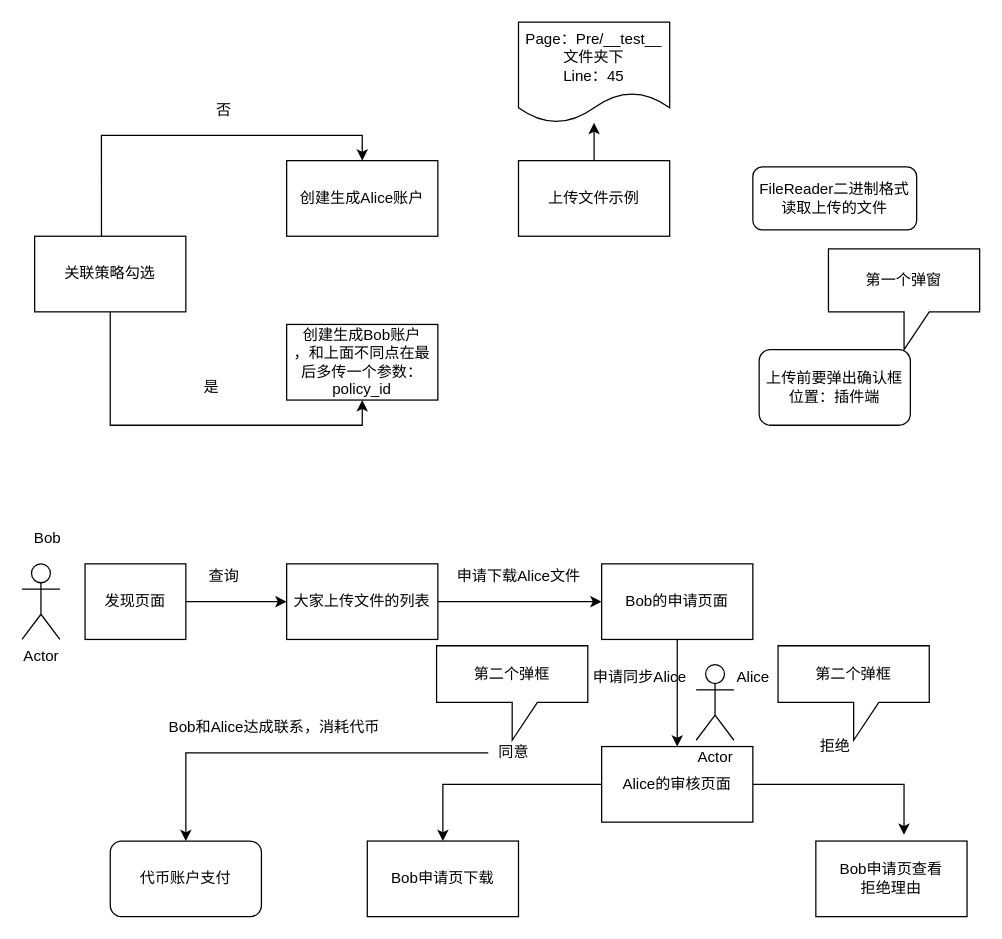
This is NuLink-Web.drawio from cysprout/cysprout2022-no01, a draw.io file, before an edit. Source tidied: cells renumbered, new cells numbered last; positions are measured from the earlier drawing's top-left corner, leaving out a move shared by most shapes. Both pictures are drawn from the tidied source at 126%, with x=0, y=0 at pixel (21, 21).
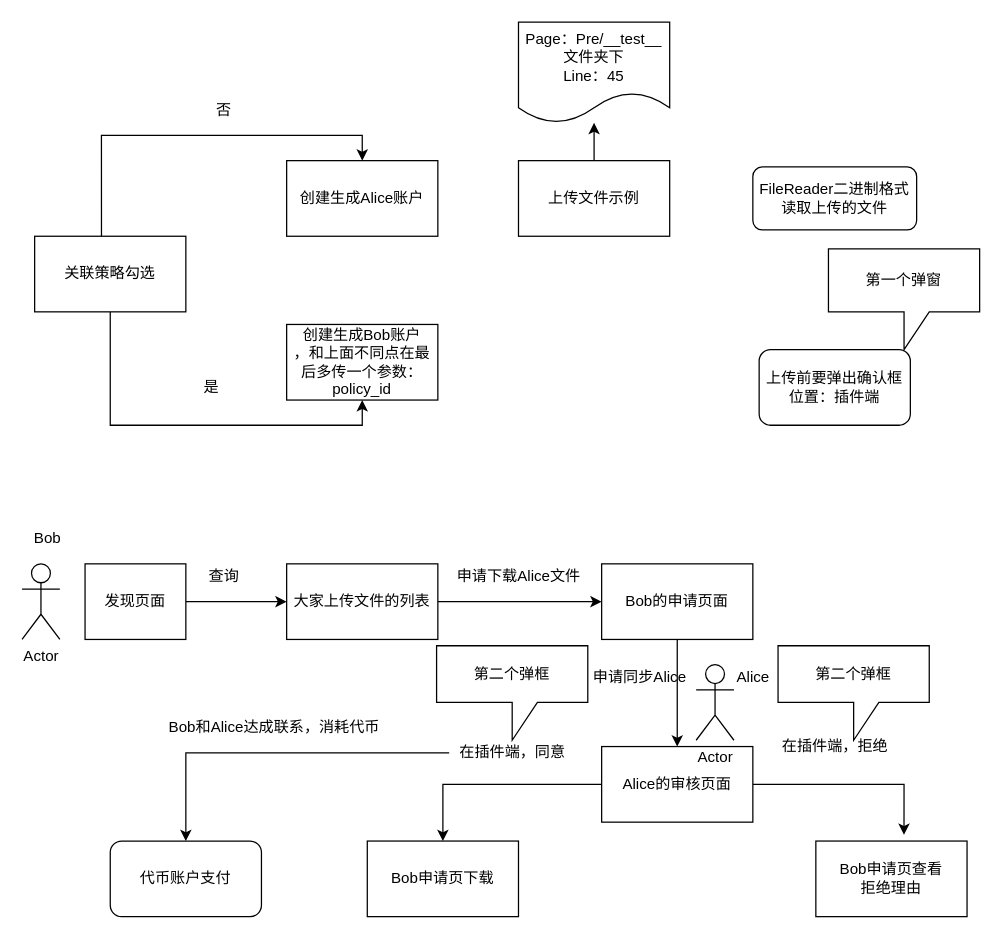
After the change.

The edit, as a diff of the source:
```diff
@@
-    <mxCell id="28" value="同意" style="text;html=1;align=center;verticalAlign=middle;points=[];strokeColor=none;fillColor=none;" parent="1" vertex="1">
-      <mxGeometry x="370" y="570" width="40" height="20" as="geometry" />
+    <mxCell id="28" value="在插件端，同意" style="text;html=1;align=center;verticalAlign=middle;points=[];strokeColor=none;fillColor=none;" parent="1" vertex="1">
+      <mxGeometry x="339" y="570" width="100" height="20" as="geometry" />
     </mxCell>
@@
-    <mxCell id="30" value="拒绝" style="text;html=1;align=center;verticalAlign=middle;strokeColor=none;fillColor=none;" parent="1" vertex="1">
-      <mxGeometry x="625" y="565" width="40" height="20" as="geometry" />
+    <mxCell id="30" value="在插件端，拒绝" style="text;html=1;align=center;verticalAlign=middle;strokeColor=none;fillColor=none;" parent="1" vertex="1">
+      <mxGeometry x="595" y="565" width="100" height="20" as="geometry" />
     </mxCell>
```
